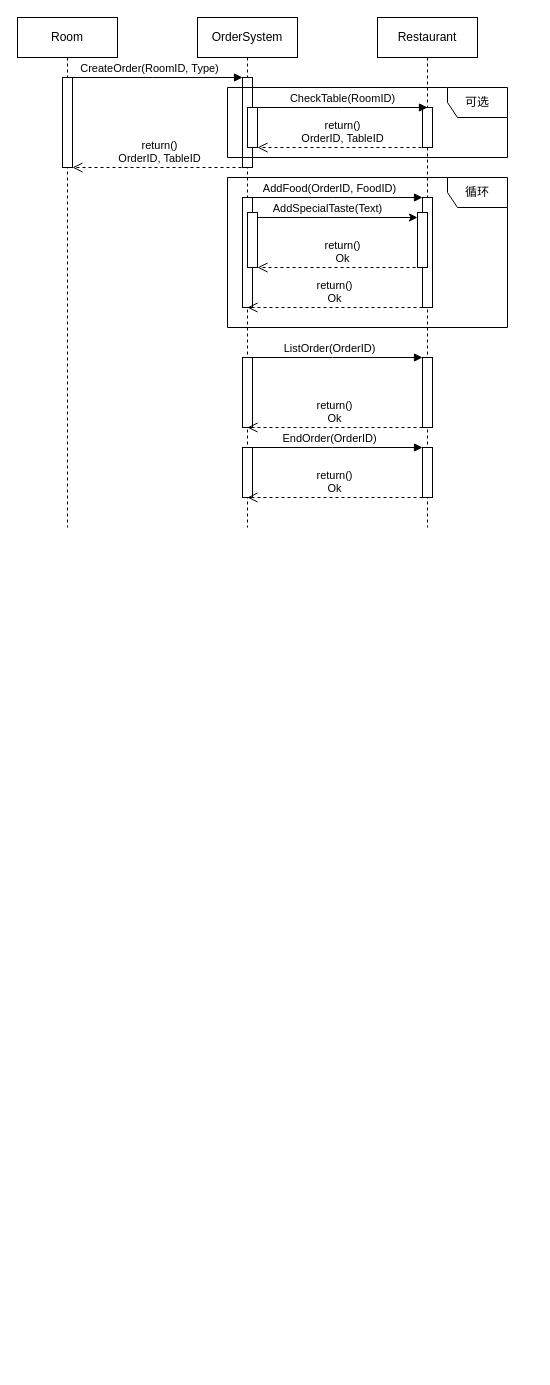
Before: 餐饮SSD.drawio in lyhkk/Test, a draw.io diagram. Source tidied: cells renumbered, new cells numbered last; positions are measured from the earlier drawing's top-left corner, leaving out a move shared by most shapes. Both pictures are drawn from the tidied source at 100%, with x=0, y=0 at pixel (17, 17).
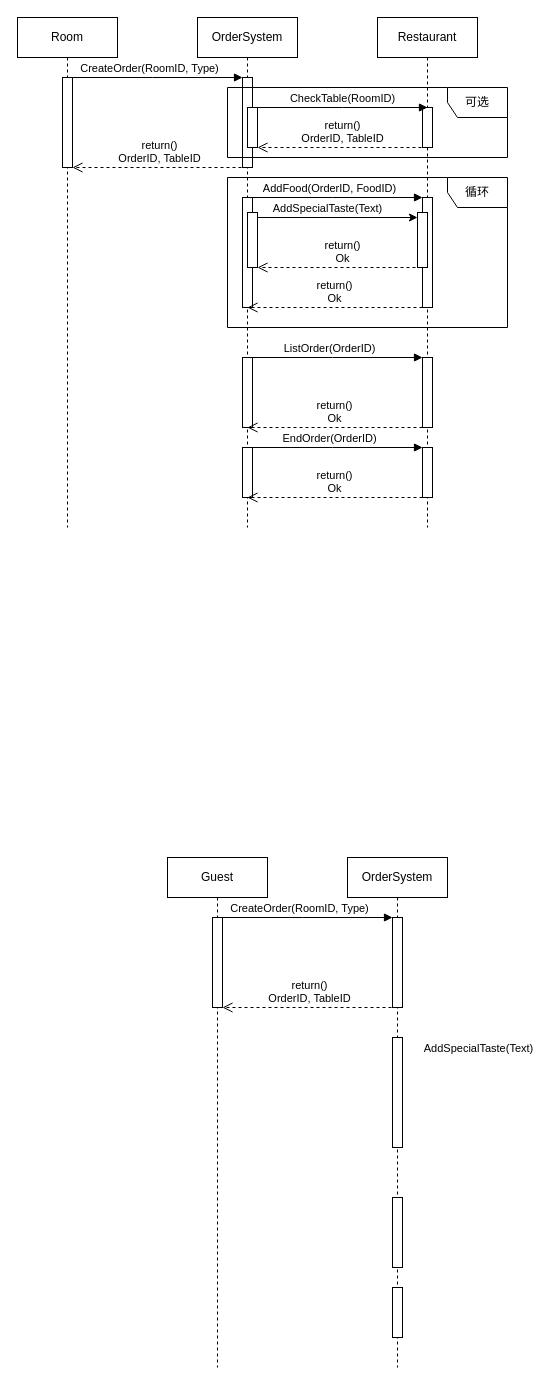
After the change.

What changed in the source:
```diff
@@
+    <mxCell id="32" value="Guest" style="shape=umlLifeline;perimeter=lifelinePerimeter;whiteSpace=wrap;html=1;newEdgeStyle={&quot;edgeStyle&quot;:&quot;elbowEdgeStyle&quot;,&quot;elbow&quot;:&quot;vertical&quot;,&quot;curved&quot;:0,&quot;rounded&quot;:0};" parent="1" vertex="1">
+      <mxGeometry x="150" y="840" width="100" height="510" as="geometry" />
+    </mxCell>
+    <mxCell id="33" style="html=1;perimeter=orthogonalPerimeter;targetShapes=umlLifeline;newEdgeStyle={&quot;edgeStyle&quot;:&quot;elbowEdgeStyle&quot;,&quot;elbow&quot;:&quot;vertical&quot;,&quot;curved&quot;:0,&quot;rounded&quot;:0};" parent="32" vertex="1">
+      <mxGeometry x="45" y="60" width="10" height="90" as="geometry" />
+    </mxCell>
+    <mxCell id="34" value="OrderSystem" style="shape=umlLifeline;perimeter=lifelinePerimeter;whiteSpace=wrap;html=1;newEdgeStyle={&quot;edgeStyle&quot;:&quot;elbowEdgeStyle&quot;,&quot;elbow&quot;:&quot;vertical&quot;,&quot;curved&quot;:0,&quot;rounded&quot;:0};" parent="1" vertex="1">
+      <mxGeometry x="330" y="840" width="100" height="510" as="geometry" />
+    </mxCell>
+    <mxCell id="35" style="html=1;points=[];perimeter=orthogonalPerimeter;outlineConnect=0;targetShapes=umlLifeline;portConstraint=eastwest;newEdgeStyle={&quot;edgeStyle&quot;:&quot;elbowEdgeStyle&quot;,&quot;elbow&quot;:&quot;vertical&quot;,&quot;curved&quot;:0,&quot;rounded&quot;:0};" parent="34" vertex="1">
+      <mxGeometry x="45" y="60" width="10" height="90" as="geometry" />
+    </mxCell>
+    <mxCell id="36" style="html=1;perimeter=orthogonalPerimeter;targetShapes=umlLifeline;newEdgeStyle={&quot;curved&quot;:0,&quot;rounded&quot;:0};" parent="34" vertex="1">
+      <mxGeometry x="45" y="180" width="10" height="110" as="geometry" />
+    </mxCell>
+    <mxCell id="37" style="html=1;perimeter=orthogonalPerimeter;targetShapes=umlLifeline;newEdgeStyle={&quot;curved&quot;:0,&quot;rounded&quot;:0};" parent="34" vertex="1">
+      <mxGeometry x="45" y="340" width="10" height="70" as="geometry" />
+    </mxCell>
+    <mxCell id="38" style="html=1;perimeter=orthogonalPerimeter;targetShapes=umlLifeline;newEdgeStyle={&quot;curved&quot;:0,&quot;rounded&quot;:0};" parent="34" vertex="1">
+      <mxGeometry x="45" y="430" width="10" height="50" as="geometry" />
+    </mxCell>
+    <mxCell id="39" value="CreateOrder(RoomID, Type)" style="html=1;verticalAlign=bottom;endArrow=block;edgeStyle=elbowEdgeStyle;elbow=vertical;curved=0;rounded=0;" parent="1" edge="1" target="35">
+      <mxGeometry x="-0.06" relative="1" as="geometry">
+        <mxPoint x="200" y="900" as="sourcePoint" />
+        <Array as="points">
+          <mxPoint x="285" y="900" />
+        </Array>
+      </mxGeometry>
+    </mxCell>
+    <mxCell id="40" value="return()&lt;div&gt;OrderID, TableID&lt;/div&gt;" style="html=1;verticalAlign=bottom;endArrow=open;dashed=1;endSize=8;edgeStyle=elbowEdgeStyle;elbow=vertical;curved=0;rounded=0;exitX=0.5;exitY=0.353;exitDx=0;exitDy=0;exitPerimeter=0;" parent="1" edge="1">
+      <mxGeometry relative="1" as="geometry">
+        <mxPoint x="380" y="990" as="sourcePoint" />
+        <mxPoint x="205" y="990" as="targetPoint" />
+        <Array as="points">
+          <mxPoint x="305" y="990" />
+        </Array>
+      </mxGeometry>
+    </mxCell>
+    <mxCell id="41" value="AddSpecialTaste(Text)" style="edgeLabel;html=1;align=center;verticalAlign=middle;" parent="1" vertex="1">
+      <mxGeometry x="460" y="1030" as="geometry" />
+    </mxCell>
```
